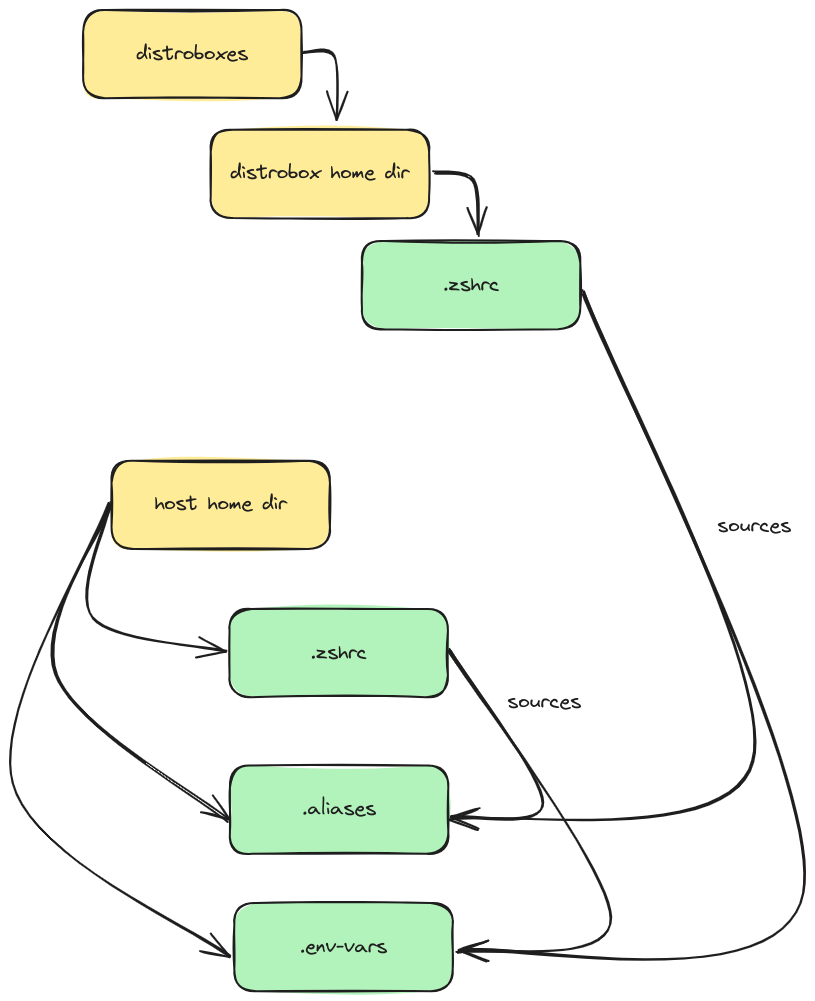
Before: dev-ubuntu/diagram.excalidraw.png, a diagram exported from Excalidraw (mrllama123/dotfiles). Source tidied: one line per element, renumbered; positions are measured from the earlier drawing's top-left corner, leaving out a move shared by most shapes.
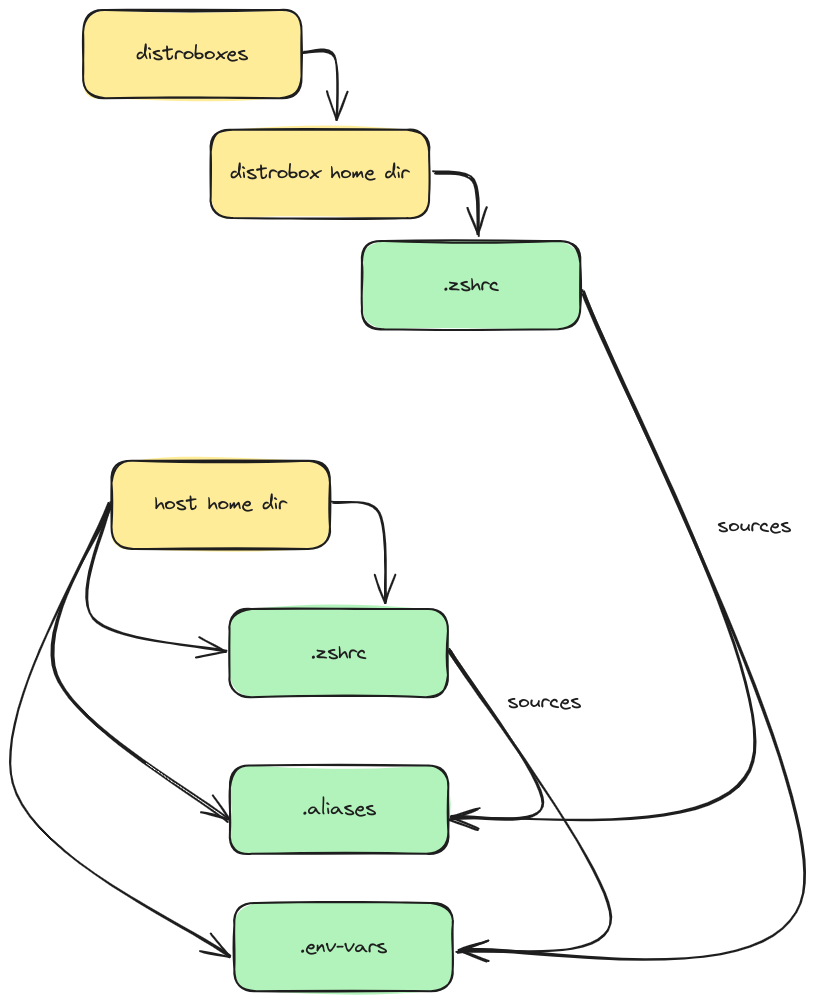
The same diagram one commit later.

What changed in the source:
```diff
@@ -23,3 +23,4 @@
 {"id": 22, "type": "text", "text": "sources", "strokeColor": "#1e1e1e", "backgroundColor": "#b2f2bb", "fillStyle": "solid", "strokeWidth": 2, "roughness": 1, "fontSize": 20, "fontFamily": 1, "x": 706, "y": 504, "width": 74, "height": 25}
 {"id": 23, "type": "arrow", "strokeColor": "#1e1e1e", "backgroundColor": "#b2f2bb", "fillStyle": "solid", "strokeWidth": 2, "roughness": 1, "endArrowhead": "arrow", "round": true, "from": 12, "to": 10, "x": 437, "y": 640, "width": 94, "height": 167, "points": [[0, 0], [94, 152], [2, 167]]}
 {"id": 24, "type": "arrow", "strokeColor": "#1e1e1e", "backgroundColor": "#b2f2bb", "fillStyle": "solid", "strokeWidth": 2, "roughness": 1, "endArrowhead": "arrow", "round": true, "from": 12, "to": 8, "x": 437, "y": 640, "width": 162, "height": 302, "points": [[0, 0], [162, 267], [10, 302]]}
+{"id": 25, "type": "arrow", "strokeColor": "#1e1e1e", "backgroundColor": "#b2f2bb", "fillStyle": "solid", "strokeWidth": 2, "roughness": 1, "endArrowhead": "arrow", "round": true, "from": 4, "to": 12, "x": 321, "y": 493, "width": 54, "height": 98, "points": [[0, 0], [46, 10], [54, 98]]}
```
